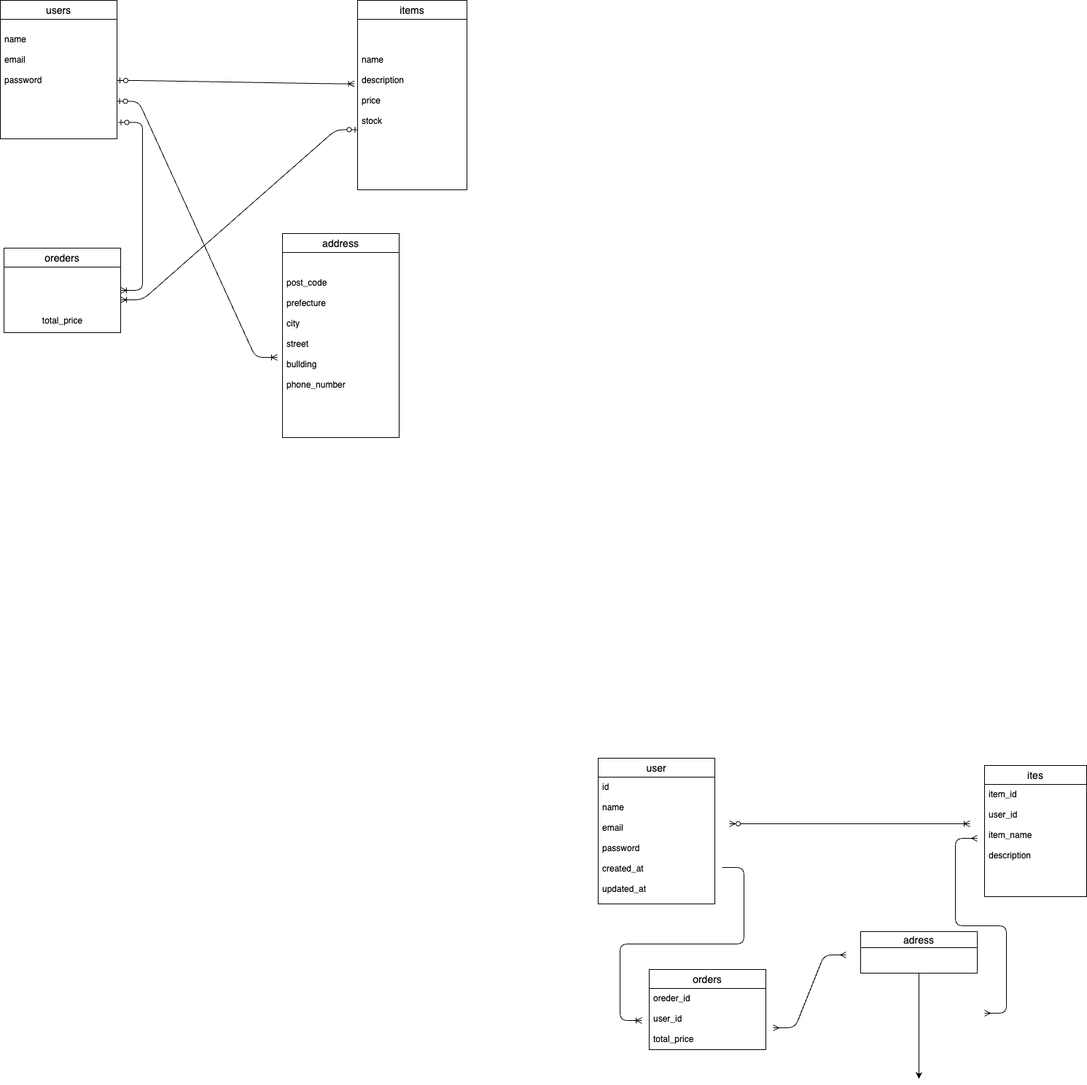
takashi14-07/furima-41447 keeps this draw.io diagram as drow/furima.drawio.png. Above is the earlier version. Source tidied: cells renumbered, new cells last; positions are measured from the earlier drawing's top-left corner, leaving out a move shared by most shapes.
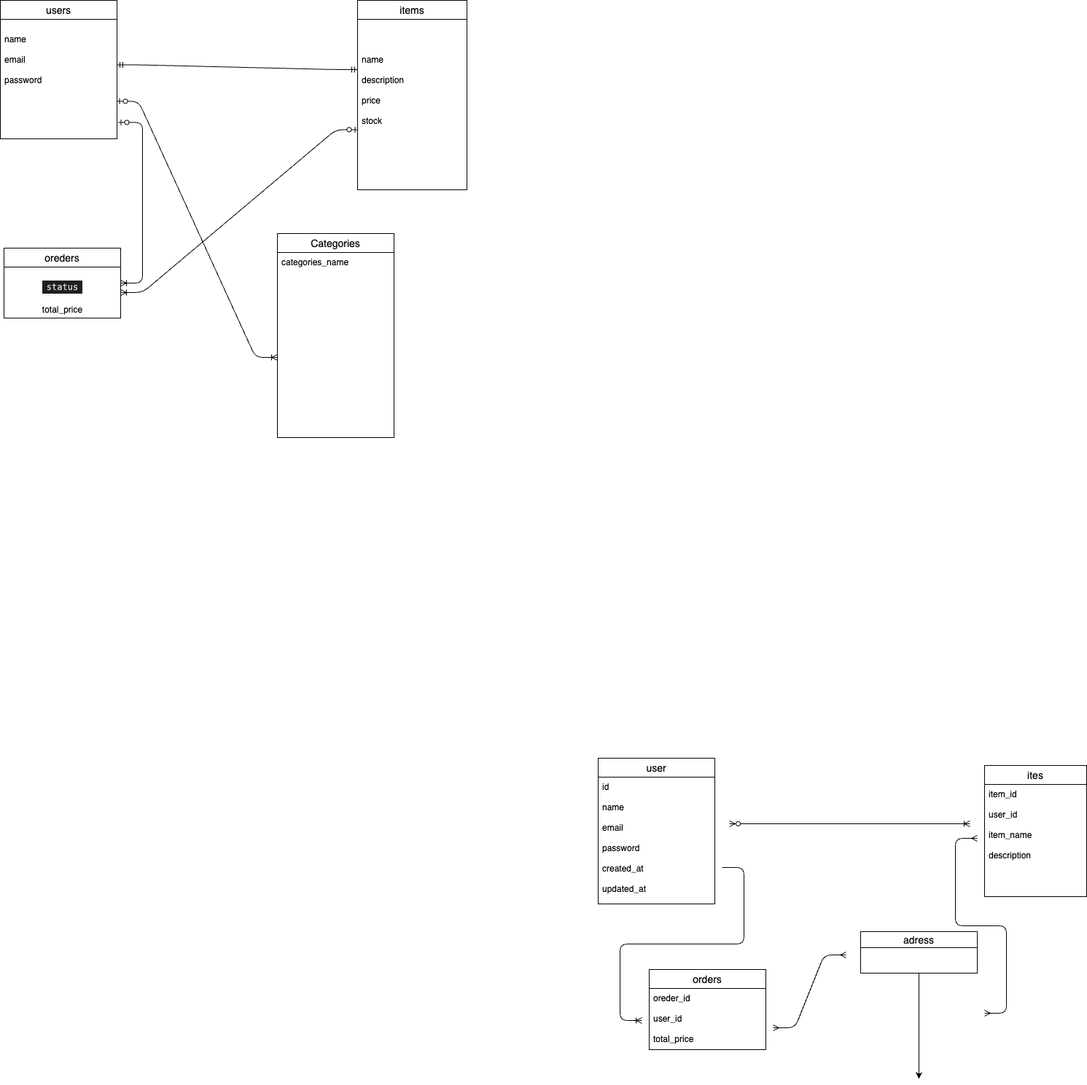
After the change.

The edit, as a diff of the source:
```diff
@@ -71,22 +71,17 @@
       <mxGeometry y="26" width="150" height="234" as="geometry" />
     </mxCell>
     <mxCell id="19" value="oreders" style="swimlane;fontStyle=0;horizontal=1;startSize=26;align=center;fontSize=14;" parent="1" vertex="1">
-      <mxGeometry x="5" y="340" width="160" height="116" as="geometry" />
+      <mxGeometry x="5" y="340" width="160" height="96" as="geometry" />
     </mxCell>
-    <mxCell id="20" value="&lt;br&gt;&lt;br&gt;&lt;br&gt;&lt;br&gt;total_price" style="text;html=1;align=center;verticalAlign=middle;points=[];strokeColor=none;fillColor=none;" parent="19" vertex="1">
-      <mxGeometry y="26" width="160" height="90" as="geometry" />
+    <mxCell id="20" value="&lt;br&gt;&lt;div style=&quot;color: rgb(204, 204, 204); background-color: rgb(31, 31, 31); font-family: Menlo, Monaco, &amp;quot;Courier New&amp;quot;, monospace; line-height: 18px;&quot;&gt;status&lt;/div&gt;&lt;br&gt;total_price" style="text;html=1;align=center;verticalAlign=middle;points=[];strokeColor=none;fillColor=none;" parent="19" vertex="1">
+      <mxGeometry y="26" width="160" height="70" as="geometry" />
     </mxCell>
-    <mxCell id="21" value="address" style="swimlane;fontStyle=0;horizontal=1;startSize=26;align=center;fontSize=14;" parent="1" vertex="1">
-      <mxGeometry x="387" y="320" width="160" height="280" as="geometry" />
+    <mxCell id="21" value="Categories" style="swimlane;fontStyle=0;horizontal=1;startSize=26;align=center;fontSize=14;" parent="1" vertex="1">
+      <mxGeometry x="380" y="320" width="160" height="280" as="geometry" />
     </mxCell>
-    <mxCell id="22" value="&#10;&#10;post_code&#10;&#10;prefecture&#10;&#10;city&#10;&#10;street&#10;&#10;bullding&#10;&#10;phone_number&#10;&#10;&#10;" style="text;strokeColor=none;fillColor=none;spacingLeft=4;spacingRight=4;overflow=hidden;fontSize=12;" parent="21" vertex="1">
+    <mxCell id="22" value="categories_name" style="text;strokeColor=none;fillColor=none;spacingLeft=4;spacingRight=4;overflow=hidden;fontSize=12;" parent="21" vertex="1">
       <mxGeometry y="26" width="160" height="254" as="geometry" />
     </mxCell>
-    <mxCell id="23" style="edgeStyle=entityRelationEdgeStyle;fontSize=12;html=1;endArrow=ERoneToMany;startArrow=ERzeroToOne;entryX=-0.03;entryY=0.378;entryDx=0;entryDy=0;entryPerimeter=0;" parent="1" edge="1" target="18">
-      <mxGeometry relative="1" as="geometry">
-        <mxPoint x="160" y="110" as="sourcePoint" />
-      </mxGeometry>
-    </mxCell>
     <mxCell id="24" style="edgeStyle=entityRelationEdgeStyle;fontSize=12;html=1;endArrow=ERoneToMany;startArrow=ERzeroToOne;exitX=0.003;exitY=0.647;exitDx=0;exitDy=0;exitPerimeter=0;" parent="1" edge="1" source="18" target="20">
       <mxGeometry relative="1" as="geometry" />
     </mxCell>
@@ -98,5 +93,10 @@
     <mxCell id="26" style="edgeStyle=entityRelationEdgeStyle;fontSize=12;html=1;endArrow=ERoneToMany;startArrow=ERzeroToOne;exitX=1.009;exitY=0.863;exitDx=0;exitDy=0;exitPerimeter=0;" parent="1" edge="1" source="16" target="19">
       <mxGeometry relative="1" as="geometry" />
     </mxCell>
+    <mxCell id="27" style="edgeStyle=entityRelationEdgeStyle;fontSize=12;html=1;endArrow=ERmandOne;startArrow=ERmandOne;exitX=1;exitY=0.381;exitDx=0;exitDy=0;exitPerimeter=0;" parent="1" edge="1" source="16">
+      <mxGeometry relative="1" as="geometry">
+        <mxPoint x="490" y="95" as="targetPoint" />
+      </mxGeometry>
+    </mxCell>
   </root>
 </mxGraphModel>
```
